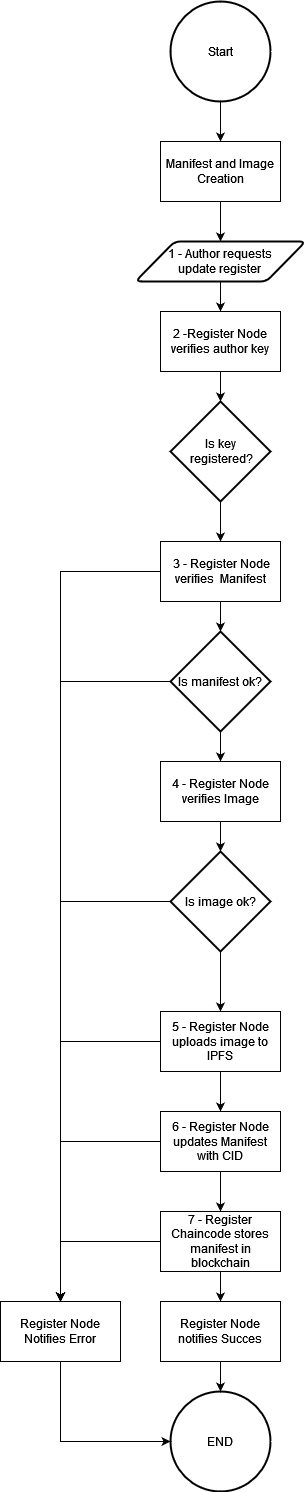
This is FlowDiagrams/RegisterUpdate/RegisterFlow.drawio.png from sfl0r3nz05/DistributedBchFWArchIoT, a draw.io export, as it was before one commit. Source tidied: cells renumbered, new cells last; positions are measured from the earlier drawing's top-left corner, leaving out a move shared by most shapes.
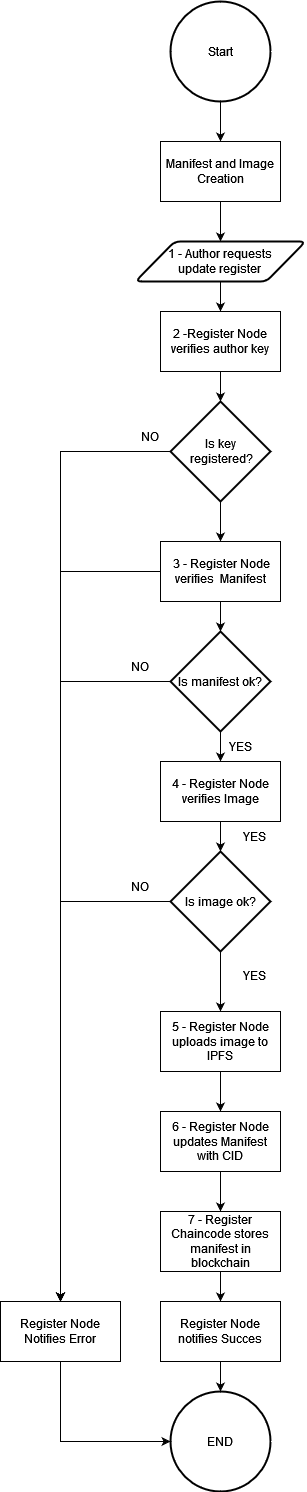
The same diagram one commit later.

Commit message:
Flow Correction

Change to the diagram source:
```diff
@@ -29,6 +29,9 @@
     <mxCell id="10" style="edgeStyle=orthogonalEdgeStyle;rounded=0;jettySize=auto;html=1;exitX=0.5;exitY=1;exitDx=0;exitDy=0;exitPerimeter=0;entryX=0.5;entryY=0;entryDx=0;entryDy=0;" parent="1" edge="1" source="11" target="14">
       <mxGeometry relative="1" as="geometry" />
     </mxCell>
+    <mxCell id="37" style="edgeStyle=orthogonalEdgeStyle;rounded=0;jettySize=auto;html=1;exitX=0;exitY=0.5;exitDx=0;exitDy=0;exitPerimeter=0;entryX=0.5;entryY=0;entryDx=0;entryDy=0;" parent="1" edge="1" source="11" target="35">
+      <mxGeometry relative="1" as="geometry" />
+    </mxCell>
     <mxCell id="11" value="&lt;div&gt;Is key&lt;/div&gt;&lt;div&gt;&amp;nbsp;registered?&lt;/div&gt;" style="strokeWidth=2;html=1;shape=mxgraph.flowchart.decision;whiteSpace=wrap;" parent="1" vertex="1">
       <mxGeometry x="170" y="400" width="100" height="100" as="geometry" />
     </mxCell>
@@ -70,29 +73,18 @@
     <mxCell id="23" style="edgeStyle=orthogonalEdgeStyle;rounded=0;jettySize=auto;html=1;exitX=0.5;exitY=1;exitDx=0;exitDy=0;entryX=0.5;entryY=0;entryDx=0;entryDy=0;" parent="1" edge="1" source="25" target="28">
       <mxGeometry relative="1" as="geometry" />
     </mxCell>
-    <mxCell id="24" style="edgeStyle=orthogonalEdgeStyle;rounded=0;jettySize=auto;html=1;exitX=0;exitY=0.5;exitDx=0;exitDy=0;entryX=0.5;entryY=0;entryDx=0;entryDy=0;" parent="1" edge="1" source="25" target="35">
-      <mxGeometry relative="1" as="geometry" />
-    </mxCell>
     <mxCell id="25" value="5 - Register Node uploads image to IPFS" style="rounded=0;whiteSpace=wrap;html=1;" parent="1" vertex="1">
       <mxGeometry x="160" y="1010" width="120" height="60" as="geometry" />
     </mxCell>
     <mxCell id="26" style="edgeStyle=orthogonalEdgeStyle;rounded=0;jettySize=auto;html=1;exitX=0.5;exitY=1;exitDx=0;exitDy=0;" parent="1" edge="1" source="28" target="31">
       <mxGeometry relative="1" as="geometry" />
     </mxCell>
-    <mxCell id="27" style="edgeStyle=orthogonalEdgeStyle;rounded=0;jettySize=auto;html=1;exitX=0;exitY=0.5;exitDx=0;exitDy=0;entryX=0.5;entryY=0;entryDx=0;entryDy=0;" parent="1" edge="1" source="28" target="35">
-      <mxGeometry relative="1" as="geometry" />
-    </mxCell>
     <mxCell id="28" value="6 - Register Node updates Manifest with CID" style="rounded=0;whiteSpace=wrap;html=1;" parent="1" vertex="1">
       <mxGeometry x="160" y="1110" width="120" height="60" as="geometry" />
     </mxCell>
     <mxCell id="29" style="edgeStyle=orthogonalEdgeStyle;rounded=0;jettySize=auto;html=1;exitX=0.5;exitY=1;exitDx=0;exitDy=0;entryX=0.5;entryY=0;entryDx=0;entryDy=0;" parent="1" edge="1" source="31" target="33">
       <mxGeometry relative="1" as="geometry" />
     </mxCell>
-    <mxCell id="30" style="edgeStyle=orthogonalEdgeStyle;rounded=0;jettySize=auto;html=1;exitX=0;exitY=0.5;exitDx=0;exitDy=0;" parent="1" edge="1" source="31">
-      <mxGeometry relative="1" as="geometry">
-        <mxPoint x="60" y="1300" as="targetPoint" />
-      </mxGeometry>
-    </mxCell>
     <mxCell id="31" value="7 - Register Chaincode stores manifest in blockchain" style="rounded=0;whiteSpace=wrap;html=1;" parent="1" vertex="1">
       <mxGeometry x="160" y="1210" width="120" height="60" as="geometry" />
     </mxCell>
@@ -111,5 +103,23 @@
     <mxCell id="36" value="END" style="strokeWidth=2;html=1;shape=mxgraph.flowchart.start_2;whiteSpace=wrap;" parent="1" vertex="1">
       <mxGeometry x="170" y="1390" width="100" height="100" as="geometry" />
     </mxCell>
+    <mxCell id="38" value="NO" style="text;html=1;strokeColor=none;fillColor=none;align=center;verticalAlign=middle;whiteSpace=wrap;rounded=0;" parent="1" vertex="1">
+      <mxGeometry x="120" y="420" width="60" height="30" as="geometry" />
+    </mxCell>
+    <mxCell id="39" value="NO" style="text;html=1;strokeColor=none;fillColor=none;align=center;verticalAlign=middle;whiteSpace=wrap;rounded=0;" parent="1" vertex="1">
+      <mxGeometry x="110" y="650" width="60" height="30" as="geometry" />
+    </mxCell>
+    <mxCell id="40" value="NO" style="text;html=1;strokeColor=none;fillColor=none;align=center;verticalAlign=middle;whiteSpace=wrap;rounded=0;" parent="1" vertex="1">
+      <mxGeometry x="110" y="870" width="60" height="30" as="geometry" />
+    </mxCell>
+    <mxCell id="41" value="YES" style="text;html=1;strokeColor=none;fillColor=none;align=center;verticalAlign=middle;whiteSpace=wrap;rounded=0;" parent="1" vertex="1">
+      <mxGeometry x="210" y="730" width="60" height="30" as="geometry" />
+    </mxCell>
+    <mxCell id="42" value="YES" style="text;html=1;strokeColor=none;fillColor=none;align=center;verticalAlign=middle;whiteSpace=wrap;rounded=0;" parent="1" vertex="1">
+      <mxGeometry x="224" y="820" width="60" height="30" as="geometry" />
+    </mxCell>
+    <mxCell id="43" value="YES" style="text;html=1;strokeColor=none;fillColor=none;align=center;verticalAlign=middle;whiteSpace=wrap;rounded=0;" parent="1" vertex="1">
+      <mxGeometry x="224" y="959" width="60" height="30" as="geometry" />
+    </mxCell>
   </root>
 </mxGraphModel>
```
